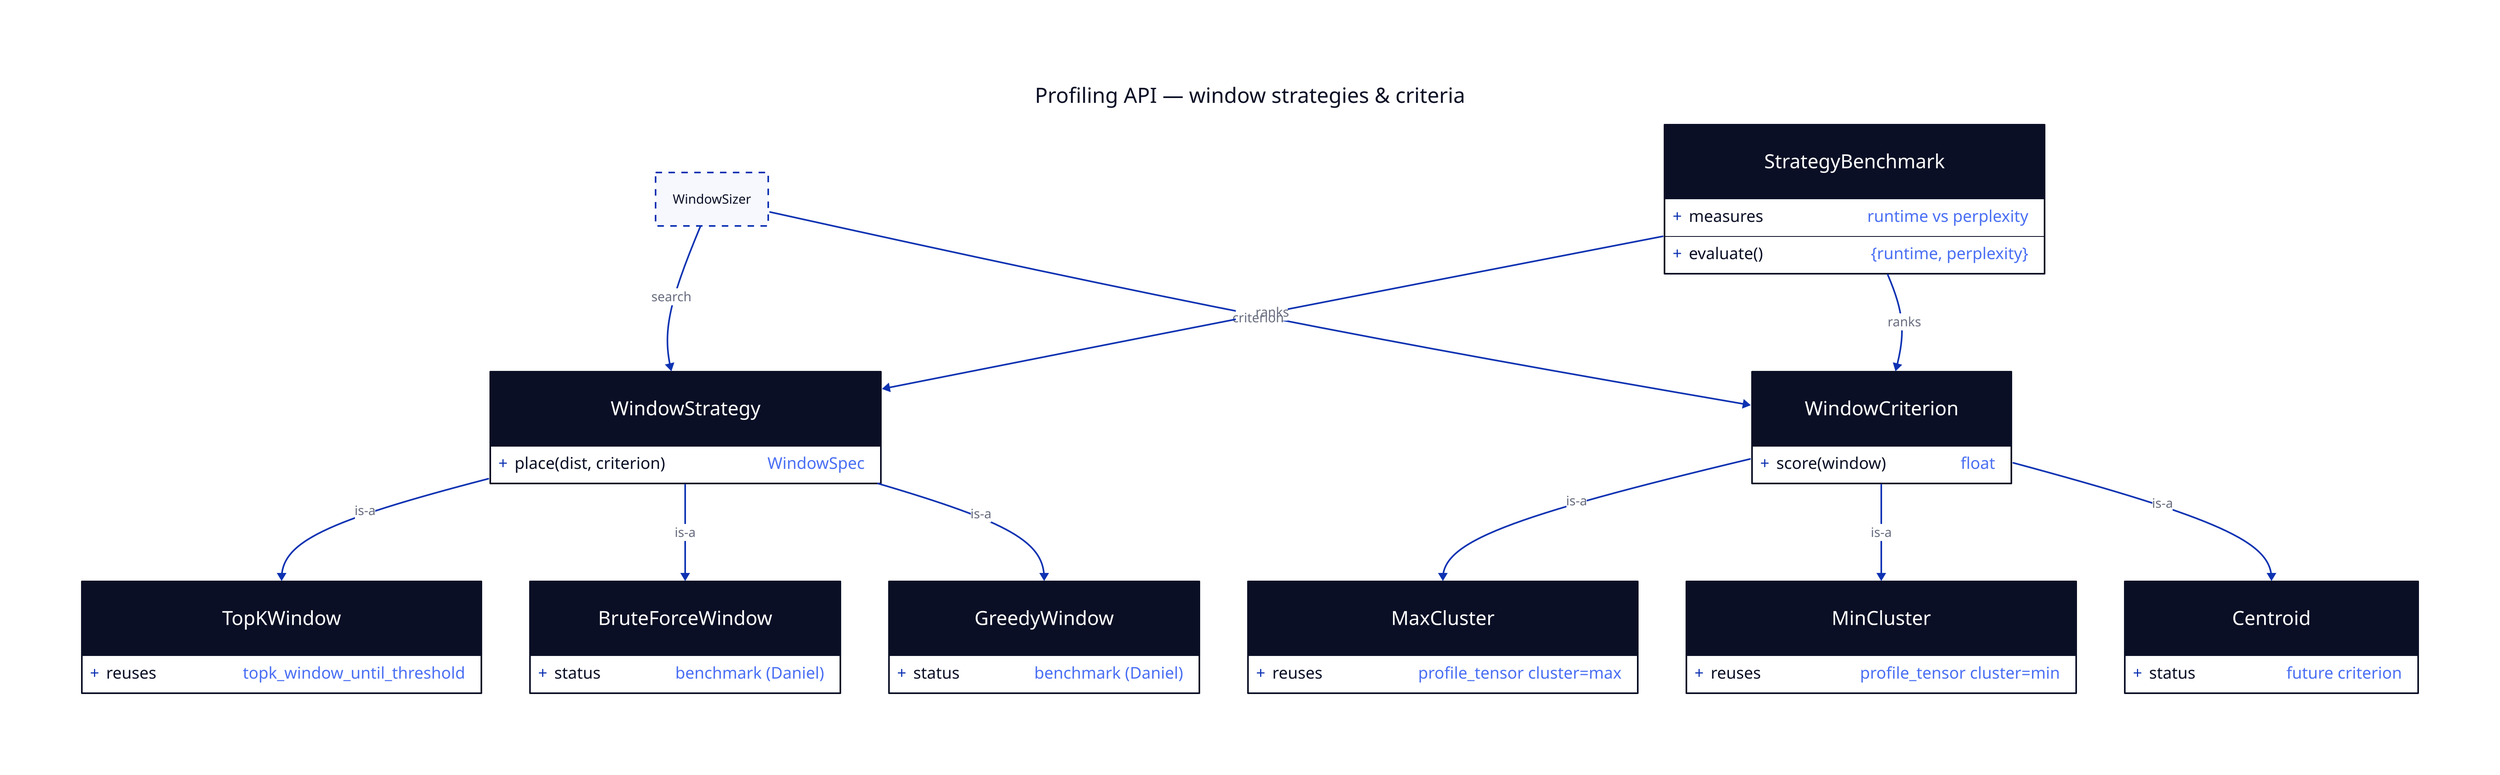
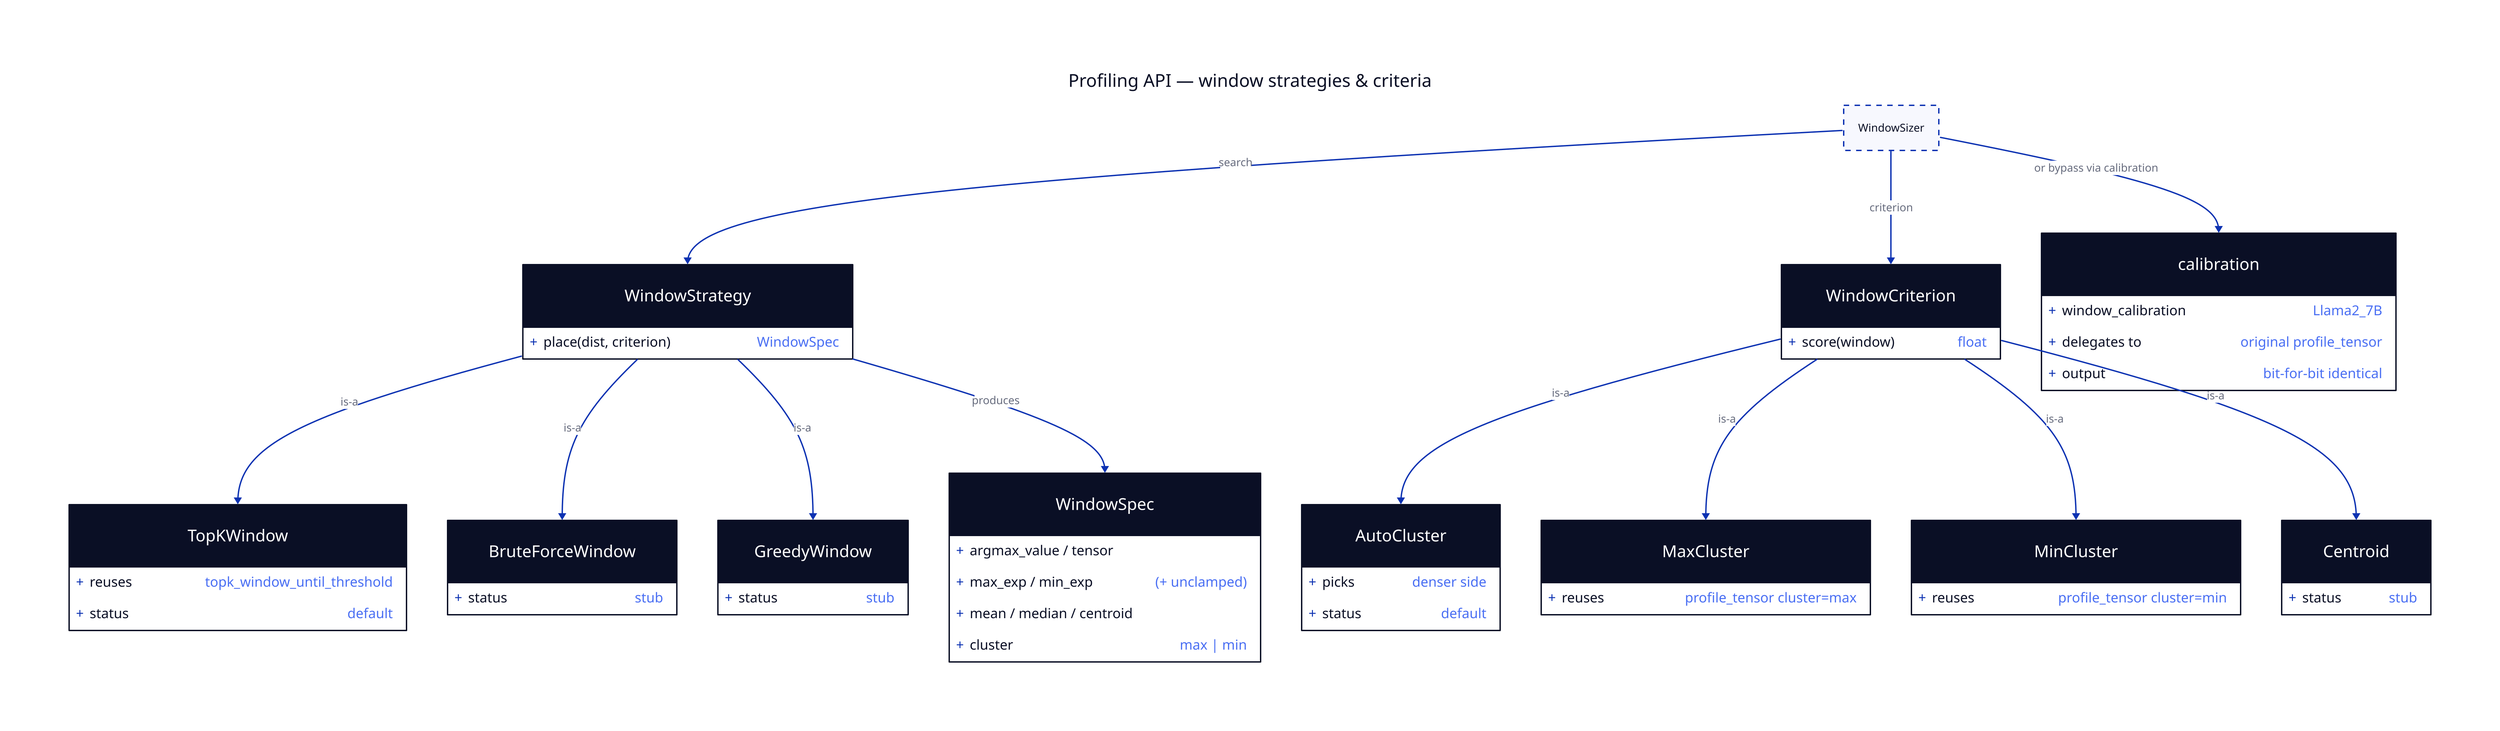
direction: down

title: Profiling API — window strategies & criteria {
  near: top-center
  shape: text
  style: { font-size: 26; bold: true }
}

WindowSizer: { style.stroke-dash: 4 }

- # --- search: HOW to scan window positions ---
+ # --- strategy: HOW to scan window positions ---
WindowStrategy: {
  shape: class
  "+place(dist, criterion)": WindowSpec
}
- TopKWindow: { shape: class; "reuses": topk_window_until_threshold }
- BruteForceWindow: { shape: class; "status": "benchmark (Daniel)" }
- GreedyWindow: { shape: class; "status": "benchmark (Daniel)" }
+ TopKWindow: { shape: class; "reuses": topk_window_until_threshold; "status": default }
+ BruteForceWindow: { shape: class; "status": stub }
+ GreedyWindow: { shape: class; "status": stub }
WindowStrategy -> TopKWindow: is-a { target-arrowhead.shape: triangle }
WindowStrategy -> BruteForceWindow: is-a { target-arrowhead.shape: triangle }
WindowStrategy -> GreedyWindow: is-a { target-arrowhead.shape: triangle }

- # --- criterion: WHAT to optimize when placing the window (Dr. Wu: keep swappable) ---
+ # --- criterion: WHICH cluster the window is placed on (Dr. Wu: keep swappable) ---
WindowCriterion: {
  shape: class
  "+score(window)": float
}
+ AutoCluster: { shape: class; "picks": "denser side"; "status": default }
MaxCluster: { shape: class; "reuses": "profile_tensor cluster=max" }
MinCluster: { shape: class; "reuses": "profile_tensor cluster=min" }
- Centroid: { shape: class; "status": "future criterion" }
+ Centroid: { shape: class; "status": stub }
+ WindowCriterion -> AutoCluster: is-a { target-arrowhead.shape: triangle }
WindowCriterion -> MaxCluster: is-a { target-arrowhead.shape: triangle }
WindowCriterion -> MinCluster: is-a { target-arrowhead.shape: triangle }
WindowCriterion -> Centroid: is-a { target-arrowhead.shape: triangle }

- # --- benchmark: pick the best by runtime vs perplexity (Daniel's ask) ---
- StrategyBenchmark: {
+ WindowSpec: {
  shape: class
-   "+evaluate()": "{runtime, perplexity}"
-   "measures": "runtime vs perplexity"
+   "argmax_value / tensor": ""
+   "max_exp / min_exp": "(+ unclamped)"
+   "mean / median / centroid": ""
+   cluster: "max | min"
+ }
+ 
+ calibration: {
+   shape: class
+   "window_calibration": Llama2_7B
+   "delegates to": "original profile_tensor"
+   "output": "bit-for-bit identical"
}

WindowSizer -> WindowStrategy: search
WindowSizer -> WindowCriterion: criterion
- StrategyBenchmark -> WindowStrategy: ranks
- StrategyBenchmark -> WindowCriterion: ranks
+ WindowSizer -> calibration: or bypass via calibration
+ WindowStrategy -> WindowSpec: produces
